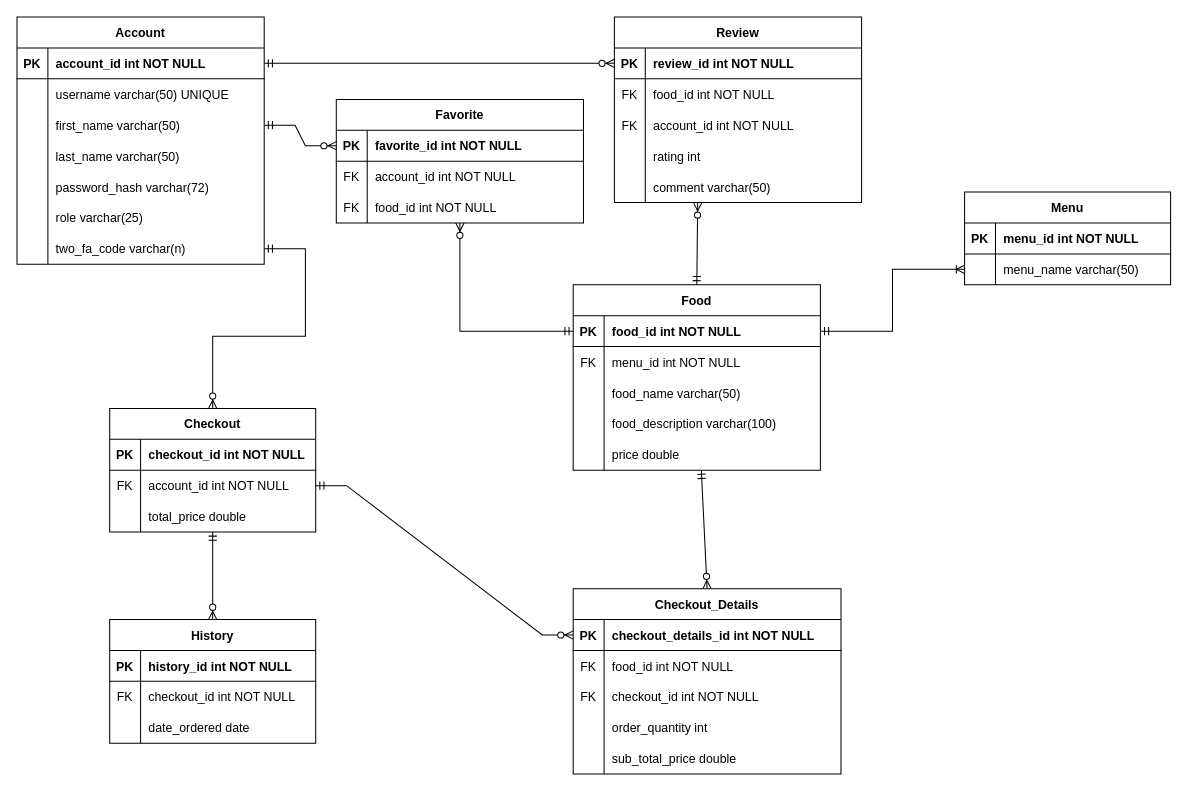
Earlier version of the draw.io diagram ERD and stuff/JustinSolutionERD.drawio (Smuglyak/EcommerceProject). Source tidied: cells renumbered, new cells numbered last; positions are measured from the earlier drawing's top-left corner, leaving out a move shared by most shapes. Both pictures are drawn from the tidied source at 103%, with x=0, y=0 at pixel (16, 16).
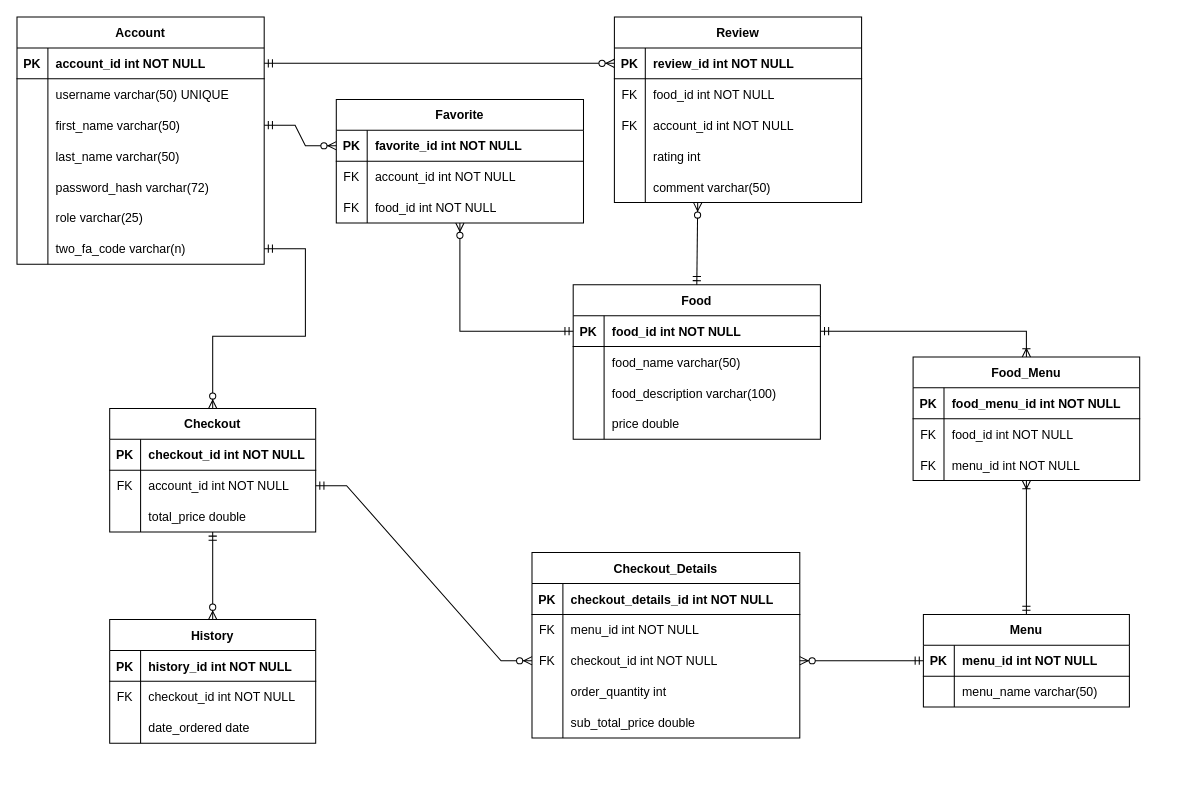
Above is the later version.

The change refers to these unchanged cells:
```xml
<mxCell id="25" style="shape=tableRow;horizontal=0;startSize=0;swimlaneHead=0;swimlaneBody=0;fillColor=none;points=[[0,0.5],[1,0.5]];portConstraint=eastwest;top=0;left=0;right=0;bottom=1;" parent="24" vertex="1">
  <mxGeometry y="30" width="240" height="30" as="geometry" />
</mxCell>
<mxCell id="41" style="shape=tableRow;horizontal=0;startSize=0;swimlaneHead=0;swimlaneBody=0;fillColor=none;points=[[0,0.5],[1,0.5]];portConstraint=eastwest;top=0;left=0;right=0;bottom=1;" parent="40" vertex="1">
  <mxGeometry y="30" width="200" height="30" as="geometry" />
</mxCell>
<mxCell id="44" style="shape=tableRow;horizontal=0;startSize=0;swimlaneHead=0;swimlaneBody=0;fillColor=none;points=[[0,0.5],[1,0.5]];portConstraint=eastwest;top=0;left=0;right=0;bottom=0;" parent="40" vertex="1">
  <mxGeometry y="60" width="200" height="30" as="geometry" />
</mxCell>
<mxCell id="48" style="shape=tableRow;horizontal=0;startSize=0;swimlaneHead=0;swimlaneBody=0;fillColor=none;points=[[0,0.5],[1,0.5]];portConstraint=eastwest;top=0;left=0;right=0;bottom=1;" parent="47" vertex="1">
  <mxGeometry y="30" width="260" height="30" as="geometry" />
</mxCell>
<mxCell id="51" style="shape=tableRow;horizontal=0;startSize=0;swimlaneHead=0;swimlaneBody=0;fillColor=none;top=0;left=0;right=0;bottom=0;" parent="47" vertex="1">
  <mxGeometry y="60" width="260" height="30" as="geometry" />
</mxCell>
<mxCell id="54" style="shape=tableRow;horizontal=0;startSize=0;swimlaneHead=0;swimlaneBody=0;fillColor=none;points=[[0,0.5],[1,0.5]];portConstraint=eastwest;top=0;left=0;right=0;bottom=0;" parent="47" vertex="1">
  <mxGeometry y="90" width="260" height="30" as="geometry" />
</mxCell>
<mxCell id="67" style="shape=tableRow;horizontal=0;startSize=0;swimlaneHead=0;swimlaneBody=0;fillColor=none;points=[[0,0.5],[1,0.5]];portConstraint=eastwest;top=0;left=0;right=0;bottom=0;" parent="63" vertex="1">
  <mxGeometry y="60" width="200" height="30" as="geometry" />
</mxCell>
```

Diff of the diagram source:
```diff
@@
     <mxCell id="24" value="Food" style="shape=table;startSize=30;childLayout=tableLayout;rowLines=0;fontStyle=1;align=center;" parent="1" vertex="1">
-      <mxGeometry x="540" y="260" width="240" height="180" as="geometry" />
+      <mxGeometry x="540" y="260" width="240" height="150" as="geometry" />
     </mxCell>
@@
-    <mxCell id="28" style="shape=tableRow;horizontal=0;startSize=0;swimlaneHead=0;swimlaneBody=0;fillColor=none;top=0;left=0;right=0;bottom=0;" parent="24" vertex="1">
-      <mxGeometry y="60" width="240" height="30" as="geometry" />
-    </mxCell>
-    <mxCell id="29" value="FK" style="shape=partialRectangle;fillColor=none;top=0;left=0;bottom=0;right=0;overflow=hidden;" parent="28" vertex="1">
-      <mxGeometry width="30" height="30" as="geometry" />
-    </mxCell>
-    <mxCell id="30" value="menu_id int NOT NULL" style="shape=partialRectangle;fillColor=none;top=0;left=0;bottom=0;right=0;align=left;spacingLeft=6;overflow=hidden;fontStyle=0;" parent="28" vertex="1">
-      <mxGeometry x="30" width="210" height="30" as="geometry" />
-    </mxCell>
     <mxCell id="31" style="shape=tableRow;horizontal=0;startSize=0;swimlaneHead=0;swimlaneBody=0;fillColor=none;top=0;left=0;right=0;bottom=0;" parent="24" vertex="1">
-      <mxGeometry y="90" width="240" height="30" as="geometry" />
+      <mxGeometry y="60" width="240" height="30" as="geometry" />
     </mxCell>
@@
     <mxCell id="34" style="shape=tableRow;horizontal=0;startSize=0;swimlaneHead=0;swimlaneBody=0;fillColor=none;top=0;left=0;right=0;bottom=0;" parent="24" vertex="1">
-      <mxGeometry y="120" width="240" height="30" as="geometry" />
+      <mxGeometry y="90" width="240" height="30" as="geometry" />
     </mxCell>
@@
     <mxCell id="37" style="shape=tableRow;horizontal=0;startSize=0;swimlaneHead=0;swimlaneBody=0;fillColor=none;top=0;left=0;right=0;bottom=0;" parent="24" vertex="1">
-      <mxGeometry y="150" width="240" height="30" as="geometry" />
+      <mxGeometry y="120" width="240" height="30" as="geometry" />
     </mxCell>
@@
     <mxCell id="40" value="Menu" style="shape=table;startSize=30;childLayout=tableLayout;rowLines=0;fontStyle=1;align=center;" parent="1" vertex="1">
-      <mxGeometry x="920" y="170" width="200" height="90" as="geometry" />
+      <mxGeometry x="880" y="580" width="200" height="90" as="geometry" />
     </mxCell>
@@
     <mxCell id="47" value="Checkout_Details" style="shape=table;startSize=30;childLayout=tableLayout;rowLines=0;fontStyle=1;align=center;" parent="1" vertex="1">
-      <mxGeometry x="540" y="555" width="260" height="180" as="geometry" />
+      <mxGeometry x="500" y="520" width="260" height="180" as="geometry" />
     </mxCell>
@@
-    <mxCell id="53" value="food_id int NOT NULL" style="shape=partialRectangle;fillColor=none;top=0;left=0;bottom=0;right=0;align=left;spacingLeft=6;overflow=hidden;" parent="51" vertex="1">
+    <mxCell id="53" value="menu_id int NOT NULL" style="shape=partialRectangle;fillColor=none;top=0;left=0;bottom=0;right=0;align=left;spacingLeft=6;overflow=hidden;" parent="51" vertex="1">
       <mxGeometry x="30" width="230" height="30" as="geometry" />
     </mxCell>
@@
-    <mxCell id="85" style="fontSize=12;html=1;endArrow=ERoneToMany;startArrow=ERmandOne;rounded=0;endSize=6;targetPerimeterSpacing=0;exitX=1;exitY=0.5;exitDx=0;exitDy=0;edgeStyle=orthogonalEdgeStyle;" parent="1" edge="1" source="25" target="44">
-      <mxGeometry relative="1" as="geometry" />
-    </mxCell>
-    <mxCell id="86" style="edgeStyle=entityRelationEdgeStyle;fontSize=12;html=1;endArrow=ERzeroToMany;startArrow=ERmandOne;rounded=0;exitX=1;exitY=0.5;exitDx=0;exitDy=0;entryX=0;entryY=0.5;entryDx=0;entryDy=0;" parent="1" edge="1" source="67" target="48">
+    <mxCell id="86" style="edgeStyle=entityRelationEdgeStyle;fontSize=12;html=1;endArrow=ERzeroToMany;startArrow=ERmandOne;rounded=0;exitX=1;exitY=0.5;exitDx=0;exitDy=0;entryX=0;entryY=0.5;entryDx=0;entryDy=0;" parent="1" edge="1" source="67" target="54">
       <mxGeometry relative="1" as="geometry" />
     </mxCell>
-    <mxCell id="87" style="fontSize=12;html=1;endArrow=ERzeroToMany;startArrow=ERmandOne;rounded=0;entryX=0.5;entryY=0;entryDx=0;entryDy=0;" parent="1" edge="1" source="24" target="47">
+    <mxCell id="87" style="fontSize=12;html=1;endArrow=ERzeroToMany;startArrow=ERmandOne;rounded=0;exitX=0;exitY=0.5;exitDx=0;exitDy=0;entryX=1;entryY=0.5;entryDx=0;entryDy=0;" parent="1" edge="1" source="41" target="54">
       <mxGeometry relative="1" as="geometry" />
     </mxCell>
@@
+    <mxCell id="118" value="Food_Menu" style="shape=table;startSize=30;childLayout=tableLayout;rowLines=0;fontStyle=1;align=center;" parent="1" vertex="1">
+      <mxGeometry x="870" y="330" width="220" height="120" as="geometry" />
+    </mxCell>
+    <mxCell id="119" style="shape=tableRow;horizontal=0;startSize=0;swimlaneHead=0;swimlaneBody=0;fillColor=none;top=0;left=0;right=0;bottom=1;" parent="118" vertex="1">
+      <mxGeometry y="30" width="220" height="30" as="geometry" />
+    </mxCell>
+    <mxCell id="120" value="PK" style="shape=partialRectangle;fillColor=none;top=0;left=0;bottom=0;right=0;fontStyle=1;overflow=hidden;" parent="119" vertex="1">
+      <mxGeometry width="30" height="30" as="geometry" />
+    </mxCell>
+    <mxCell id="121" value="food_menu_id int NOT NULL" style="shape=partialRectangle;fillColor=none;top=0;left=0;bottom=0;right=0;align=left;spacingLeft=6;fontStyle=1;overflow=hidden;" parent="119" vertex="1">
+      <mxGeometry x="30" width="190" height="30" as="geometry" />
+    </mxCell>
+    <mxCell id="122" style="shape=tableRow;horizontal=0;startSize=0;swimlaneHead=0;swimlaneBody=0;fillColor=none;top=0;left=0;right=0;bottom=0;" parent="118" vertex="1">
+      <mxGeometry y="60" width="220" height="30" as="geometry" />
+    </mxCell>
+    <mxCell id="123" value="FK" style="shape=partialRectangle;fillColor=none;top=0;left=0;bottom=0;right=0;overflow=hidden;" parent="122" vertex="1">
+      <mxGeometry width="30" height="30" as="geometry" />
+    </mxCell>
+    <mxCell id="124" value="food_id int NOT NULL" style="shape=partialRectangle;fillColor=none;top=0;left=0;bottom=0;right=0;align=left;spacingLeft=6;overflow=hidden;" parent="122" vertex="1">
+      <mxGeometry x="30" width="190" height="30" as="geometry" />
+    </mxCell>
+    <mxCell id="125" style="shape=tableRow;horizontal=0;startSize=0;swimlaneHead=0;swimlaneBody=0;fillColor=none;points=[[0,0.5],[1,0.5]];portConstraint=eastwest;top=0;left=0;right=0;bottom=0;" parent="118" vertex="1">
+      <mxGeometry y="90" width="220" height="30" as="geometry" />
+    </mxCell>
+    <mxCell id="126" value="FK" style="shape=partialRectangle;fillColor=none;top=0;left=0;bottom=0;right=0;overflow=hidden;" parent="125" vertex="1">
+      <mxGeometry width="30" height="30" as="geometry" />
+    </mxCell>
+    <mxCell id="30" value="menu_id int NOT NULL" style="shape=partialRectangle;fillColor=none;top=0;left=0;bottom=0;right=0;align=left;spacingLeft=6;overflow=hidden;" parent="125" vertex="1">
+      <mxGeometry x="30" width="190" height="30" as="geometry" />
+    </mxCell>
+    <mxCell id="127" style="edgeStyle=orthogonalEdgeStyle;fontSize=12;html=1;endArrow=ERoneToMany;startArrow=ERmandOne;rounded=0;exitX=1;exitY=0.5;exitDx=0;exitDy=0;" parent="1" edge="1" source="25" target="118">
+      <mxGeometry relative="1" as="geometry" />
+    </mxCell>
+    <mxCell id="128" style="fontSize=12;html=1;endArrow=ERoneToMany;startArrow=ERmandOne;rounded=0;exitX=0.5;exitY=0;exitDx=0;exitDy=0;" parent="1" edge="1" source="40" target="125">
+      <mxGeometry relative="1" as="geometry" />
+    </mxCell>
```
